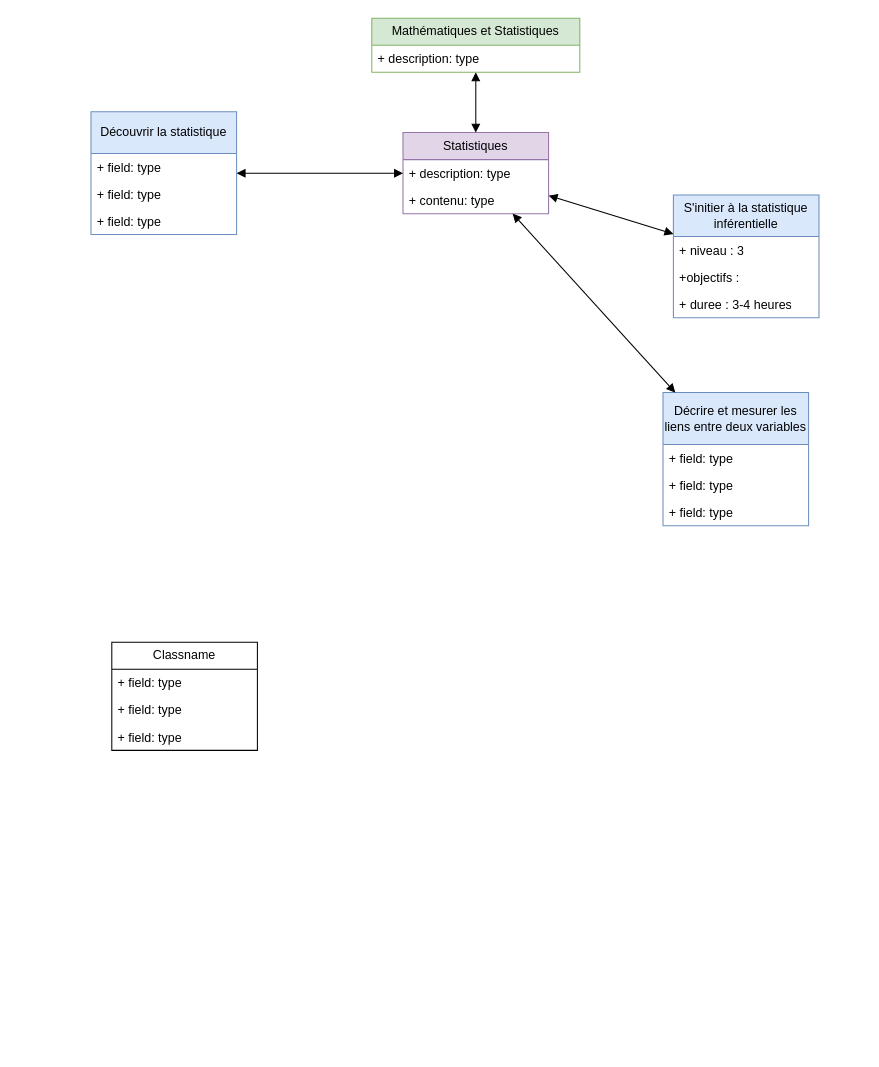
This is Statistiques.drawio from jean-seb-2106/pythontest, a draw.io file, before an edit. Source tidied: cells renumbered, new cells numbered last; positions are measured from the earlier drawing's top-left corner, leaving out a move shared by most shapes. Both pictures are drawn from the tidied source at 104%, with x=0, y=0 at pixel (90, 18).
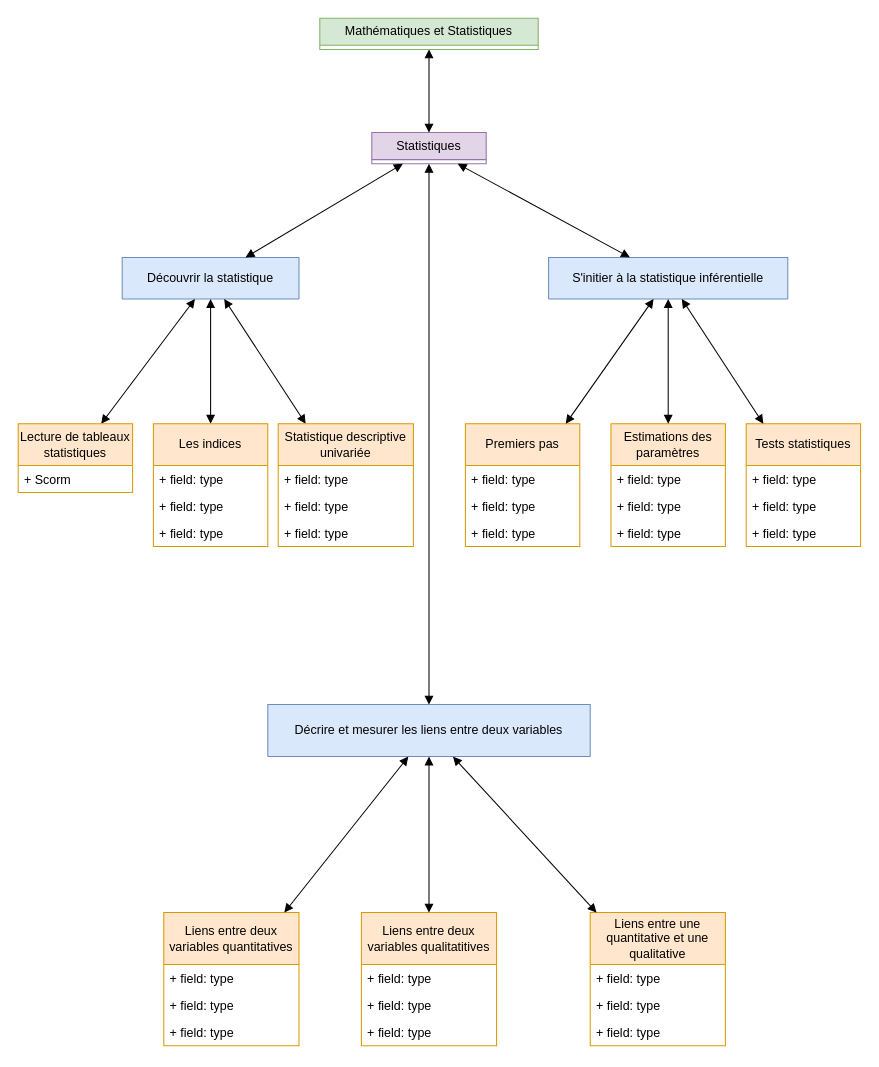
Above is the later version.

Commit message (it also covers changes not shown here):
Mettre à jour Statistiques.drawio

Change to the diagram source:
```diff
@@
-    <mxCell id="2" value="Statistiques" style="swimlane;fontStyle=0;horizontal=1;startSize=26;fillColor=#e1d5e7;whiteSpace=wrap;html=1;strokeColor=#9673a6;" parent="1" vertex="1">
-      <mxGeometry x="300" y="110" width="140" height="78" as="geometry" />
+    <mxCell id="2" value="Statistiques" style="swimlane;fontStyle=0;horizontal=1;startSize=26;fillColor=#e1d5e7;whiteSpace=wrap;html=1;strokeColor=#9673a6;" parent="1" vertex="1" collapsed="1">
+      <mxGeometry x="270" y="110" width="110" height="30" as="geometry" />
     </mxCell>
-    <mxCell id="3" value="+ description: type" style="text;strokeColor=none;fillColor=none;align=left;verticalAlign=top;spacingLeft=4;spacingRight=4;overflow=hidden;whiteSpace=wrap;html=1;" parent="2" vertex="1">
-      <mxGeometry y="26" width="140" height="26" as="geometry" />
-    </mxCell>
-    <mxCell id="4" value="+ contenu: type" style="text;strokeColor=none;fillColor=none;align=left;verticalAlign=top;spacingLeft=4;spacingRight=4;overflow=hidden;whiteSpace=wrap;html=1;" parent="2" vertex="1">
-      <mxGeometry y="52" width="140" height="26" as="geometry" />
-    </mxCell>
@@
-    <mxCell id="6" value="Mathématiques et Statistiques" style="swimlane;fontStyle=0;horizontal=1;startSize=26;fillColor=#d5e8d4;whiteSpace=wrap;html=1;strokeColor=#82b366;" parent="1" vertex="1">
-      <mxGeometry x="270" width="200" height="52" as="geometry" />
+    <mxCell id="6" value="Mathématiques et Statistiques" style="swimlane;fontStyle=0;horizontal=1;startSize=26;fillColor=#d5e8d4;whiteSpace=wrap;html=1;strokeColor=#82b366;" parent="1" vertex="1" collapsed="1">
+      <mxGeometry x="220" width="210" height="30" as="geometry" />
     </mxCell>
-    <mxCell id="7" value="+ description: type" style="text;strokeColor=none;fillColor=none;align=left;verticalAlign=top;spacingLeft=4;spacingRight=4;overflow=hidden;whiteSpace=wrap;html=1;" parent="6" vertex="1">
-      <mxGeometry y="26" width="200" height="26" as="geometry" />
-    </mxCell>
-    <mxCell id="8" value="Découvrir la statistique" style="swimlane;fontStyle=0;horizontal=1;startSize=40;fillColor=#dae8fc;whiteSpace=wrap;html=1;strokeColor=#6c8ebf;" parent="1" vertex="1">
-      <mxGeometry y="90" width="140" height="118" as="geometry" />
+    <mxCell id="8" value="Découvrir la statistique" style="swimlane;fontStyle=0;horizontal=1;startSize=40;fillColor=#dae8fc;whiteSpace=wrap;html=1;strokeColor=#6c8ebf;" parent="1" vertex="1" collapsed="1">
+      <mxGeometry x="30" y="230" width="170" height="40" as="geometry" />
     </mxCell>
-    <mxCell id="9" value="+ field: type" style="text;strokeColor=none;fillColor=none;align=left;verticalAlign=top;spacingLeft=4;spacingRight=4;overflow=hidden;whiteSpace=wrap;html=1;" parent="8" vertex="1">
-      <mxGeometry y="40" width="140" height="26" as="geometry" />
-    </mxCell>
-    <mxCell id="10" value="+ field: type" style="text;strokeColor=none;fillColor=none;align=left;verticalAlign=top;spacingLeft=4;spacingRight=4;overflow=hidden;whiteSpace=wrap;html=1;" parent="8" vertex="1">
-      <mxGeometry y="66" width="140" height="26" as="geometry" />
-    </mxCell>
-    <mxCell id="11" value="+ field: type" style="text;strokeColor=none;fillColor=none;align=left;verticalAlign=top;spacingLeft=4;spacingRight=4;overflow=hidden;whiteSpace=wrap;html=1;" parent="8" vertex="1">
-      <mxGeometry y="92" width="140" height="26" as="geometry" />
-    </mxCell>
@@
-    <mxCell id="13" value="Décrire et mesurer les liens entre deux variables" style="swimlane;fontStyle=0;horizontal=1;startSize=50;fillColor=#dae8fc;whiteSpace=wrap;html=1;strokeColor=#6c8ebf;" parent="1" vertex="1">
-      <mxGeometry x="550" y="360" width="140" height="128" as="geometry" />
+    <mxCell id="13" value="Décrire et mesurer les liens entre deux variables" style="swimlane;fontStyle=0;horizontal=1;startSize=50;fillColor=#dae8fc;whiteSpace=wrap;html=1;strokeColor=#6c8ebf;" parent="1" vertex="1" collapsed="1">
+      <mxGeometry x="170" y="660" width="310" height="50" as="geometry" />
     </mxCell>
-    <mxCell id="14" value="+ field: type" style="text;strokeColor=none;fillColor=none;align=left;verticalAlign=top;spacingLeft=4;spacingRight=4;overflow=hidden;whiteSpace=wrap;html=1;" parent="13" vertex="1">
-      <mxGeometry y="50" width="140" height="26" as="geometry" />
-    </mxCell>
-    <mxCell id="15" value="+ field: type" style="text;strokeColor=none;fillColor=none;align=left;verticalAlign=top;spacingLeft=4;spacingRight=4;overflow=hidden;whiteSpace=wrap;html=1;" parent="13" vertex="1">
-      <mxGeometry y="76" width="140" height="26" as="geometry" />
-    </mxCell>
-    <mxCell id="16" value="+ field: type" style="text;strokeColor=none;fillColor=none;align=left;verticalAlign=top;spacingLeft=4;spacingRight=4;overflow=hidden;whiteSpace=wrap;html=1;" parent="13" vertex="1">
-      <mxGeometry y="102" width="140" height="26" as="geometry" />
-    </mxCell>
-    <mxCell id="17" value="S'initier à la statistique inférentielle" style="swimlane;fontStyle=0;horizontal=1;startSize=40;fillColor=#dae8fc;whiteSpace=wrap;html=1;strokeColor=#6c8ebf;" parent="1" vertex="1">
-      <mxGeometry x="560" y="170" width="140" height="118" as="geometry" />
+    <mxCell id="17" value="S'initier à la statistique inférentielle" style="swimlane;fontStyle=0;horizontal=1;startSize=40;fillColor=#dae8fc;whiteSpace=wrap;html=1;strokeColor=#6c8ebf;" parent="1" vertex="1" collapsed="1">
+      <mxGeometry x="440" y="230" width="230" height="40" as="geometry" />
     </mxCell>
-    <mxCell id="18" value="+ niveau : 3" style="text;strokeColor=none;fillColor=none;align=left;verticalAlign=top;spacingLeft=4;spacingRight=4;overflow=hidden;whiteSpace=wrap;html=1;" parent="17" vertex="1">
-      <mxGeometry y="40" width="140" height="26" as="geometry" />
-    </mxCell>
-    <mxCell id="19" value="+objectifs :" style="text;strokeColor=none;fillColor=none;align=left;verticalAlign=top;spacingLeft=4;spacingRight=4;overflow=hidden;whiteSpace=wrap;html=1;" parent="17" vertex="1">
-      <mxGeometry y="66" width="140" height="26" as="geometry" />
-    </mxCell>
-    <mxCell id="20" value="+ duree : 3-4 heures" style="text;strokeColor=none;fillColor=none;align=left;verticalAlign=top;spacingLeft=4;spacingRight=4;overflow=hidden;whiteSpace=wrap;html=1;" parent="17" vertex="1">
-      <mxGeometry y="92" width="140" height="26" as="geometry" />
-    </mxCell>
@@
-    <mxCell id="22" value="Classname" style="swimlane;fontStyle=0;horizontal=1;startSize=26;fillColor=none;whiteSpace=wrap;html=1;" parent="1" vertex="1">
-      <mxGeometry x="20" y="600" width="140" height="104" as="geometry" />
-    </mxCell>
-    <mxCell id="23" value="+ field: type" style="text;strokeColor=none;fillColor=none;align=left;verticalAlign=top;spacingLeft=4;spacingRight=4;overflow=hidden;whiteSpace=wrap;html=1;" parent="22" vertex="1">
-      <mxGeometry y="26" width="140" height="26" as="geometry" />
-    </mxCell>
-    <mxCell id="24" value="+ field: type" style="text;strokeColor=none;fillColor=none;align=left;verticalAlign=top;spacingLeft=4;spacingRight=4;overflow=hidden;whiteSpace=wrap;html=1;" parent="22" vertex="1">
-      <mxGeometry y="52" width="140" height="26" as="geometry" />
-    </mxCell>
-    <mxCell id="25" value="+ field: type" style="text;strokeColor=none;fillColor=none;align=left;verticalAlign=top;spacingLeft=4;spacingRight=4;overflow=hidden;whiteSpace=wrap;html=1;" parent="22" vertex="1">
-      <mxGeometry y="78" width="140" height="26" as="geometry" />
-    </mxCell>
@@
+    <mxCell id="27" style="endArrow=block;startArrow=block;endFill=1;startFill=1;html=1;rounded=0;" parent="1" edge="1" source="8" target="30">
+      <mxGeometry relative="1" as="geometry" />
+    </mxCell>
+    <mxCell id="28" style="endArrow=block;startArrow=block;endFill=1;startFill=1;html=1;rounded=0;" parent="1" edge="1" source="8" target="32">
+      <mxGeometry relative="1" as="geometry" />
+    </mxCell>
+    <mxCell id="29" style="endArrow=block;startArrow=block;endFill=1;startFill=1;html=1;rounded=0;" parent="1" edge="1" source="8" target="36">
+      <mxGeometry relative="1" as="geometry" />
+    </mxCell>
+    <mxCell id="30" value="Lecture de tableaux statistiques" style="swimlane;fontStyle=0;horizontal=1;startSize=40;fillColor=#ffe6cc;whiteSpace=wrap;html=1;strokeColor=#d79b00;" parent="1" vertex="1">
+      <mxGeometry x="-70" y="390" width="110" height="66" as="geometry" />
+    </mxCell>
+    <mxCell id="31" value="+ Scorm" style="text;strokeColor=none;fillColor=none;align=left;verticalAlign=top;spacingLeft=4;spacingRight=4;overflow=hidden;whiteSpace=wrap;html=1;" parent="30" vertex="1">
+      <mxGeometry y="40" width="110" height="26" as="geometry" />
+    </mxCell>
+    <mxCell id="32" value="Statistique descriptive univariée" style="swimlane;fontStyle=0;horizontal=1;startSize=40;fillColor=#ffe6cc;whiteSpace=wrap;html=1;strokeColor=#d79b00;" parent="1" vertex="1">
+      <mxGeometry x="180" y="390" width="130" height="118" as="geometry" />
+    </mxCell>
+    <mxCell id="33" value="+ field: type" style="text;strokeColor=none;fillColor=none;align=left;verticalAlign=top;spacingLeft=4;spacingRight=4;overflow=hidden;whiteSpace=wrap;html=1;" parent="32" vertex="1">
+      <mxGeometry y="40" width="130" height="26" as="geometry" />
+    </mxCell>
+    <mxCell id="34" value="+ field: type" style="text;strokeColor=none;fillColor=none;align=left;verticalAlign=top;spacingLeft=4;spacingRight=4;overflow=hidden;whiteSpace=wrap;html=1;" parent="32" vertex="1">
+      <mxGeometry y="66" width="130" height="26" as="geometry" />
+    </mxCell>
+    <mxCell id="35" value="+ field: type" style="text;strokeColor=none;fillColor=none;align=left;verticalAlign=top;spacingLeft=4;spacingRight=4;overflow=hidden;whiteSpace=wrap;html=1;" parent="32" vertex="1">
+      <mxGeometry y="92" width="130" height="26" as="geometry" />
+    </mxCell>
+    <mxCell id="36" value="Les indices" style="swimlane;fontStyle=0;horizontal=1;startSize=40;fillColor=#ffe6cc;whiteSpace=wrap;html=1;strokeColor=#d79b00;" parent="1" vertex="1">
+      <mxGeometry x="60" y="390" width="110" height="118" as="geometry" />
+    </mxCell>
+    <mxCell id="37" value="+ field: type" style="text;strokeColor=none;fillColor=none;align=left;verticalAlign=top;spacingLeft=4;spacingRight=4;overflow=hidden;whiteSpace=wrap;html=1;" parent="36" vertex="1">
+      <mxGeometry y="40" width="110" height="26" as="geometry" />
+    </mxCell>
+    <mxCell id="38" value="+ field: type" style="text;strokeColor=none;fillColor=none;align=left;verticalAlign=top;spacingLeft=4;spacingRight=4;overflow=hidden;whiteSpace=wrap;html=1;" parent="36" vertex="1">
+      <mxGeometry y="66" width="110" height="26" as="geometry" />
+    </mxCell>
+    <mxCell id="39" value="+ field: type" style="text;strokeColor=none;fillColor=none;align=left;verticalAlign=top;spacingLeft=4;spacingRight=4;overflow=hidden;whiteSpace=wrap;html=1;" parent="36" vertex="1">
+      <mxGeometry y="92" width="110" height="26" as="geometry" />
+    </mxCell>
+    <mxCell id="40" value="Liens entre deux variables quantitatives" style="swimlane;fontStyle=0;horizontal=1;startSize=50;fillColor=#ffe6cc;whiteSpace=wrap;html=1;strokeColor=#d79b00;" parent="1" vertex="1">
+      <mxGeometry x="70" y="860" width="130" height="128" as="geometry" />
+    </mxCell>
+    <mxCell id="41" value="+ field: type" style="text;strokeColor=none;fillColor=none;align=left;verticalAlign=top;spacingLeft=4;spacingRight=4;overflow=hidden;whiteSpace=wrap;html=1;" parent="40" vertex="1">
+      <mxGeometry y="50" width="130" height="26" as="geometry" />
+    </mxCell>
+    <mxCell id="42" value="+ field: type" style="text;strokeColor=none;fillColor=none;align=left;verticalAlign=top;spacingLeft=4;spacingRight=4;overflow=hidden;whiteSpace=wrap;html=1;" parent="40" vertex="1">
+      <mxGeometry y="76" width="130" height="26" as="geometry" />
+    </mxCell>
+    <mxCell id="43" value="+ field: type" style="text;strokeColor=none;fillColor=none;align=left;verticalAlign=top;spacingLeft=4;spacingRight=4;overflow=hidden;whiteSpace=wrap;html=1;" parent="40" vertex="1">
+      <mxGeometry y="102" width="130" height="26" as="geometry" />
+    </mxCell>
+    <mxCell id="44" value="Liens entre deux variables qualitatitives" style="swimlane;fontStyle=0;horizontal=1;startSize=50;fillColor=#ffe6cc;whiteSpace=wrap;html=1;strokeColor=#d79b00;" parent="1" vertex="1">
+      <mxGeometry x="260" y="860" width="130" height="128" as="geometry" />
+    </mxCell>
+    <mxCell id="45" value="+ field: type" style="text;strokeColor=none;fillColor=none;align=left;verticalAlign=top;spacingLeft=4;spacingRight=4;overflow=hidden;whiteSpace=wrap;html=1;" parent="44" vertex="1">
+      <mxGeometry y="50" width="130" height="26" as="geometry" />
+    </mxCell>
+    <mxCell id="46" value="+ field: type" style="text;strokeColor=none;fillColor=none;align=left;verticalAlign=top;spacingLeft=4;spacingRight=4;overflow=hidden;whiteSpace=wrap;html=1;" parent="44" vertex="1">
+      <mxGeometry y="76" width="130" height="26" as="geometry" />
+    </mxCell>
+    <mxCell id="47" value="+ field: type" style="text;strokeColor=none;fillColor=none;align=left;verticalAlign=top;spacingLeft=4;spacingRight=4;overflow=hidden;whiteSpace=wrap;html=1;" parent="44" vertex="1">
+      <mxGeometry y="102" width="130" height="26" as="geometry" />
+    </mxCell>
+    <mxCell id="48" value="Liens entre une quantitative et une qualitative" style="swimlane;fontStyle=0;horizontal=1;startSize=50;fillColor=#ffe6cc;whiteSpace=wrap;html=1;strokeColor=#d79b00;" parent="1" vertex="1">
+      <mxGeometry x="480" y="860" width="130" height="128" as="geometry" />
+    </mxCell>
+    <mxCell id="49" value="+ field: type" style="text;strokeColor=none;fillColor=none;align=left;verticalAlign=top;spacingLeft=4;spacingRight=4;overflow=hidden;whiteSpace=wrap;html=1;" parent="48" vertex="1">
+      <mxGeometry y="50" width="130" height="26" as="geometry" />
+    </mxCell>
+    <mxCell id="50" value="+ field: type" style="text;strokeColor=none;fillColor=none;align=left;verticalAlign=top;spacingLeft=4;spacingRight=4;overflow=hidden;whiteSpace=wrap;html=1;" parent="48" vertex="1">
+      <mxGeometry y="76" width="130" height="26" as="geometry" />
+    </mxCell>
+    <mxCell id="51" value="+ field: type" style="text;strokeColor=none;fillColor=none;align=left;verticalAlign=top;spacingLeft=4;spacingRight=4;overflow=hidden;whiteSpace=wrap;html=1;" parent="48" vertex="1">
+      <mxGeometry y="102" width="130" height="26" as="geometry" />
+    </mxCell>
+    <mxCell id="52" style="endArrow=block;startArrow=block;endFill=1;startFill=1;html=1;rounded=0;" parent="1" edge="1" source="13" target="40">
+      <mxGeometry relative="1" as="geometry" />
+    </mxCell>
+    <mxCell id="53" style="endArrow=block;startArrow=block;endFill=1;startFill=1;html=1;rounded=0;" parent="1" edge="1" source="13" target="44">
+      <mxGeometry relative="1" as="geometry" />
+    </mxCell>
+    <mxCell id="54" style="endArrow=block;startArrow=block;endFill=1;startFill=1;html=1;rounded=0;" parent="1" edge="1" source="13" target="48">
+      <mxGeometry relative="1" as="geometry" />
+    </mxCell>
+    <mxCell id="55" value="Premiers pas" style="swimlane;fontStyle=0;horizontal=1;startSize=40;fillColor=#ffe6cc;whiteSpace=wrap;html=1;strokeColor=#d79b00;" parent="1" vertex="1">
+      <mxGeometry x="360" y="390" width="110" height="118" as="geometry" />
+    </mxCell>
+    <mxCell id="56" value="+ field: type" style="text;strokeColor=none;fillColor=none;align=left;verticalAlign=top;spacingLeft=4;spacingRight=4;overflow=hidden;whiteSpace=wrap;html=1;" parent="55" vertex="1">
+      <mxGeometry y="40" width="110" height="26" as="geometry" />
+    </mxCell>
+    <mxCell id="57" value="+ field: type" style="text;strokeColor=none;fillColor=none;align=left;verticalAlign=top;spacingLeft=4;spacingRight=4;overflow=hidden;whiteSpace=wrap;html=1;" parent="55" vertex="1">
+      <mxGeometry y="66" width="110" height="26" as="geometry" />
+    </mxCell>
+    <mxCell id="58" value="+ field: type" style="text;strokeColor=none;fillColor=none;align=left;verticalAlign=top;spacingLeft=4;spacingRight=4;overflow=hidden;whiteSpace=wrap;html=1;" parent="55" vertex="1">
+      <mxGeometry y="92" width="110" height="26" as="geometry" />
+    </mxCell>
+    <mxCell id="59" value="Estimations des paramètres" style="swimlane;fontStyle=0;horizontal=1;startSize=40;fillColor=#ffe6cc;whiteSpace=wrap;html=1;strokeColor=#d79b00;" parent="1" vertex="1">
+      <mxGeometry x="500" y="390" width="110" height="118" as="geometry" />
+    </mxCell>
+    <mxCell id="60" value="+ field: type" style="text;strokeColor=none;fillColor=none;align=left;verticalAlign=top;spacingLeft=4;spacingRight=4;overflow=hidden;whiteSpace=wrap;html=1;" parent="59" vertex="1">
+      <mxGeometry y="40" width="110" height="26" as="geometry" />
+    </mxCell>
+    <mxCell id="61" value="+ field: type" style="text;strokeColor=none;fillColor=none;align=left;verticalAlign=top;spacingLeft=4;spacingRight=4;overflow=hidden;whiteSpace=wrap;html=1;" parent="59" vertex="1">
+      <mxGeometry y="66" width="110" height="26" as="geometry" />
+    </mxCell>
+    <mxCell id="62" value="+ field: type" style="text;strokeColor=none;fillColor=none;align=left;verticalAlign=top;spacingLeft=4;spacingRight=4;overflow=hidden;whiteSpace=wrap;html=1;" parent="59" vertex="1">
+      <mxGeometry y="92" width="110" height="26" as="geometry" />
+    </mxCell>
+    <mxCell id="63" value="Tests statistiques" style="swimlane;fontStyle=0;horizontal=1;startSize=40;fillColor=#ffe6cc;whiteSpace=wrap;html=1;strokeColor=#d79b00;" parent="1" vertex="1">
+      <mxGeometry x="630" y="390" width="110" height="118" as="geometry" />
+    </mxCell>
+    <mxCell id="64" value="+ field: type" style="text;strokeColor=none;fillColor=none;align=left;verticalAlign=top;spacingLeft=4;spacingRight=4;overflow=hidden;whiteSpace=wrap;html=1;" parent="63" vertex="1">
+      <mxGeometry y="40" width="110" height="26" as="geometry" />
+    </mxCell>
+    <mxCell id="65" value="+ field: type" style="text;strokeColor=none;fillColor=none;align=left;verticalAlign=top;spacingLeft=4;spacingRight=4;overflow=hidden;whiteSpace=wrap;html=1;" parent="63" vertex="1">
+      <mxGeometry y="66" width="110" height="26" as="geometry" />
+    </mxCell>
+    <mxCell id="66" value="+ field: type" style="text;strokeColor=none;fillColor=none;align=left;verticalAlign=top;spacingLeft=4;spacingRight=4;overflow=hidden;whiteSpace=wrap;html=1;" parent="63" vertex="1">
+      <mxGeometry y="92" width="110" height="26" as="geometry" />
+    </mxCell>
+    <mxCell id="67" style="endArrow=block;startArrow=block;endFill=1;startFill=1;html=1;rounded=0;" parent="1" edge="1" source="17" target="55">
+      <mxGeometry relative="1" as="geometry" />
+    </mxCell>
+    <mxCell id="68" style="endArrow=block;startArrow=block;endFill=1;startFill=1;html=1;rounded=0;" parent="1" edge="1" source="17" target="59">
+      <mxGeometry relative="1" as="geometry" />
+    </mxCell>
+    <mxCell id="69" style="endArrow=block;startArrow=block;endFill=1;startFill=1;html=1;rounded=0;" parent="1" edge="1" source="17" target="63">
+      <mxGeometry relative="1" as="geometry" />
+    </mxCell>
```
